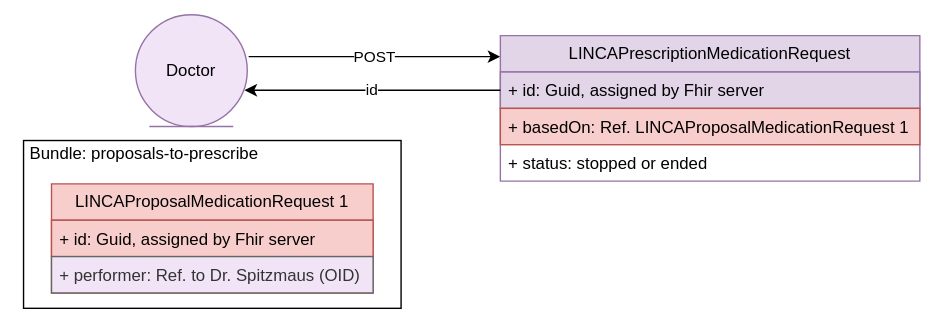
This is r5-LinkedCare-dev/UserStory_010_diagram.svg from HL7Austria/hl7austria.github.io, a draw.io export, as it was before one commit. Source tidied: cells renumbered, new cells last; positions are measured from the earlier drawing's top-left corner, leaving out a move shared by most shapes.
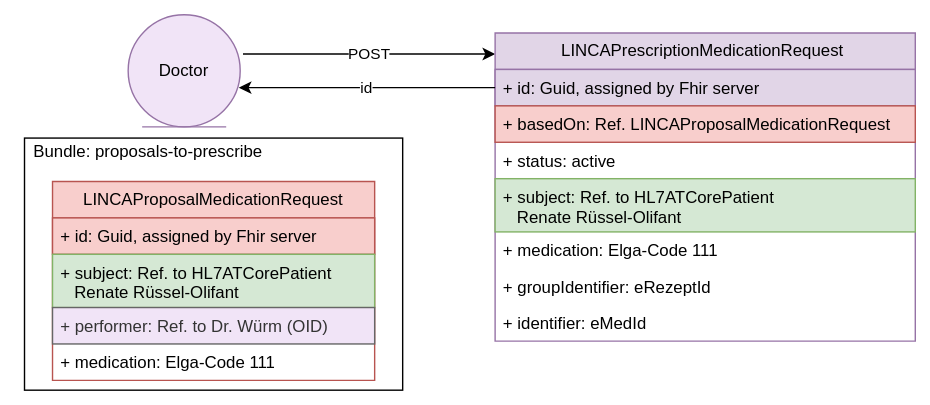
The same diagram one commit later.

Diff of the diagram source:
```diff
@@ -3,7 +3,7 @@
     <mxCell id="0" />
     <mxCell id="1" parent="0" />
     <mxCell id="2" style="rounded=0;whiteSpace=wrap;html=1;" parent="1" vertex="1">
-      <mxGeometry x="6" y="90" width="270" height="120" as="geometry" />
+      <mxGeometry x="11" y="90" width="270" height="180" as="geometry" />
     </mxCell>
     <mxCell id="3" value="POST" style="endArrow=classic;html=1;rounded=0;" parent="1" edge="1">
       <mxGeometry relative="1" as="geometry">
@@ -11,37 +11,55 @@
         <mxPoint x="347" y="30" as="targetPoint" />
       </mxGeometry>
     </mxCell>
-    <mxCell id="4" value="LINCAPrescriptionMedicationRequest" style="swimlane;fontStyle=0;horizontal=1;startSize=26;fillColor=#e1d5e7;whiteSpace=wrap;html=1;strokeColor=#9673a6;" parent="1" vertex="1">
-      <mxGeometry x="347" y="15" width="300" height="104" as="geometry" />
+    <mxCell id="4" value="LINCAPrescriptionMedicationRequest&amp;nbsp;" style="swimlane;fontStyle=0;horizontal=1;startSize=26;fillColor=#e1d5e7;whiteSpace=wrap;html=1;strokeColor=#9673a6;" parent="1" vertex="1">
+      <mxGeometry x="347" y="15" width="300" height="220" as="geometry" />
     </mxCell>
     <mxCell id="5" value="+ id: Guid, assigned by Fhir server" style="text;strokeColor=#9673a6;fillColor=#e1d5e7;align=left;verticalAlign=top;spacingLeft=4;spacingRight=4;overflow=hidden;points=[[0,0.5],[1,0.5]];portConstraint=eastwest;whiteSpace=wrap;html=1;" parent="4" vertex="1">
       <mxGeometry y="26" width="300" height="26" as="geometry" />
     </mxCell>
-    <mxCell id="6" value="+ basedOn: Ref. LINCAProposalMedicationRequest 1" style="text;strokeColor=#b85450;fillColor=#f8cecc;align=left;verticalAlign=top;spacingLeft=4;spacingRight=4;overflow=hidden;whiteSpace=wrap;html=1;" parent="4" vertex="1">
+    <mxCell id="6" value="+ basedOn: Ref. LINCAProposalMedicationRequest" style="text;strokeColor=#b85450;fillColor=#f8cecc;align=left;verticalAlign=top;spacingLeft=4;spacingRight=4;overflow=hidden;whiteSpace=wrap;html=1;" parent="4" vertex="1">
       <mxGeometry y="52" width="300" height="26" as="geometry" />
     </mxCell>
-    <mxCell id="7" value="+ status: stopped or ended" style="text;align=left;verticalAlign=top;spacingLeft=4;spacingRight=4;overflow=hidden;whiteSpace=wrap;html=1;" parent="4" vertex="1">
+    <mxCell id="7" value="+ status: active" style="text;align=left;verticalAlign=top;spacingLeft=4;spacingRight=4;overflow=hidden;whiteSpace=wrap;html=1;" parent="4" vertex="1">
       <mxGeometry y="78" width="300" height="26" as="geometry" />
     </mxCell>
+    <mxCell id="14" value="+ subject: Ref. to HL7ATCorePatient&amp;nbsp; &lt;br&gt;&amp;nbsp; &amp;nbsp;Renate Rüssel-Olifant" style="text;strokeColor=#82b366;fillColor=#d5e8d4;align=left;verticalAlign=top;spacingLeft=4;spacingRight=4;overflow=hidden;whiteSpace=wrap;html=1;" parent="4" vertex="1">
+      <mxGeometry y="104" width="300" height="38" as="geometry" />
+    </mxCell>
+    <mxCell id="15" value="+ medication: Elga-Code 111" style="text;align=left;verticalAlign=top;spacingLeft=4;spacingRight=4;overflow=hidden;whiteSpace=wrap;html=1;" parent="4" vertex="1">
+      <mxGeometry y="142" width="300" height="26" as="geometry" />
+    </mxCell>
+    <mxCell id="16" value="+ groupIdentifier: eRezeptId" style="text;align=left;verticalAlign=top;spacingLeft=4;spacingRight=4;overflow=hidden;whiteSpace=wrap;html=1;" parent="4" vertex="1">
+      <mxGeometry y="168" width="300" height="26" as="geometry" />
+    </mxCell>
+    <mxCell id="17" value="+ identifier: eMedId" style="text;align=left;verticalAlign=top;spacingLeft=4;spacingRight=4;overflow=hidden;whiteSpace=wrap;html=1;" parent="4" vertex="1">
+      <mxGeometry y="194" width="300" height="26" as="geometry" />
+    </mxCell>
     <mxCell id="8" value="id" style="endArrow=classic;html=1;rounded=0;exitX=0;exitY=0.5;exitDx=0;exitDy=0;" parent="1" edge="1" source="5">
       <mxGeometry relative="1" as="geometry">
         <mxPoint x="164" y="54" as="targetPoint" />
       </mxGeometry>
     </mxCell>
-    <mxCell id="9" value="LINCAProposalMedicationRequest 1" style="swimlane;fontStyle=0;horizontal=1;startSize=26;fillColor=#f8cecc;whiteSpace=wrap;html=1;strokeColor=#b85450;" parent="1" vertex="1">
-      <mxGeometry x="26" y="121" width="230" height="78" as="geometry" />
+    <mxCell id="9" value="LINCAProposalMedicationRequest" style="swimlane;fontStyle=0;horizontal=1;startSize=26;fillColor=#f8cecc;whiteSpace=wrap;html=1;strokeColor=#b85450;" parent="1" vertex="1">
+      <mxGeometry x="31" y="121" width="230" height="142" as="geometry" />
     </mxCell>
     <mxCell id="10" value="+ id: Guid, assigned by Fhir server" style="text;strokeColor=#b85450;fillColor=#f8cecc;align=left;verticalAlign=top;spacingLeft=4;spacingRight=4;overflow=hidden;whiteSpace=wrap;html=1;" parent="9" vertex="1">
       <mxGeometry y="26" width="230" height="26" as="geometry" />
     </mxCell>
+    <mxCell id="18" value="+ subject: Ref. to HL7ATCorePatient&amp;nbsp; &lt;br&gt;&amp;nbsp; &amp;nbsp;Renate Rüssel-Olifant" style="text;strokeColor=#82b366;fillColor=#d5e8d4;align=left;verticalAlign=top;spacingLeft=4;spacingRight=4;overflow=hidden;whiteSpace=wrap;html=1;" parent="9" vertex="1">
+      <mxGeometry y="52" width="230" height="38" as="geometry" />
+    </mxCell>
-    <mxCell id="11" value="+ performer: Ref. to Dr. Spitzmaus (OID)" style="text;strokeColor=#666666;fillColor=#F1E4F7;align=left;verticalAlign=top;spacingLeft=4;spacingRight=4;overflow=hidden;whiteSpace=wrap;html=1;fontColor=#333333;" parent="9" vertex="1">
-      <mxGeometry y="52" width="230" height="26" as="geometry" />
+    <mxCell id="11" value="+ performer: Ref. to Dr. Würm (OID)" style="text;strokeColor=#666666;fillColor=#F1E4F7;align=left;verticalAlign=top;spacingLeft=4;spacingRight=4;overflow=hidden;whiteSpace=wrap;html=1;fontColor=#333333;" parent="9" vertex="1">
+      <mxGeometry y="90" width="230" height="26" as="geometry" />
     </mxCell>
+    <mxCell id="19" value="+ medication: Elga-Code 111" style="text;align=left;verticalAlign=top;spacingLeft=4;spacingRight=4;overflow=hidden;whiteSpace=wrap;html=1;" parent="9" vertex="1">
+      <mxGeometry y="116" width="230" height="26" as="geometry" />
+    </mxCell>
     <mxCell id="12" value="Bundle: proposals-to-prescribe" style="text;html=1;strokeColor=none;fillColor=none;align=center;verticalAlign=middle;whiteSpace=wrap;rounded=0;" parent="1" vertex="1">
-      <mxGeometry y="85" width="185" height="30" as="geometry" />
+      <mxGeometry x="4" y="85" width="191" height="30" as="geometry" />
     </mxCell>
     <mxCell id="13" value="Doctor" style="ellipse;shape=umlEntity;whiteSpace=wrap;html=1;fillColor=#F1E4F7;strokeColor=#9673a6;" parent="1" vertex="1">
-      <mxGeometry x="86" width="80" height="80" as="geometry" />
+      <mxGeometry x="85" y="2" width="80" height="80" as="geometry" />
     </mxCell>
   </root>
 </mxGraphModel>
```
